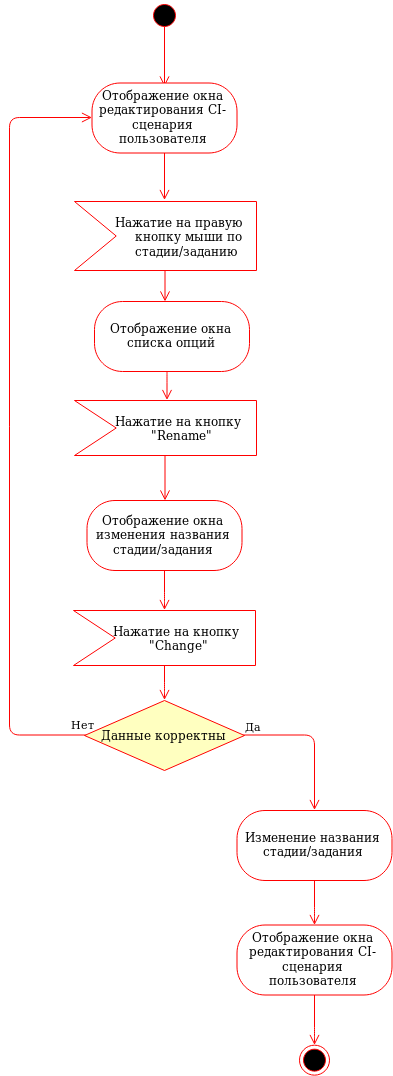
Before: Diagrams/Activity/Change_name.png, a diagram exported from draw.io (Andrew304/Visual-CI-Manager). Source tidied: cells renumbered, new cells last; positions are measured from the earlier drawing's top-left corner, leaving out a move shared by most shapes.
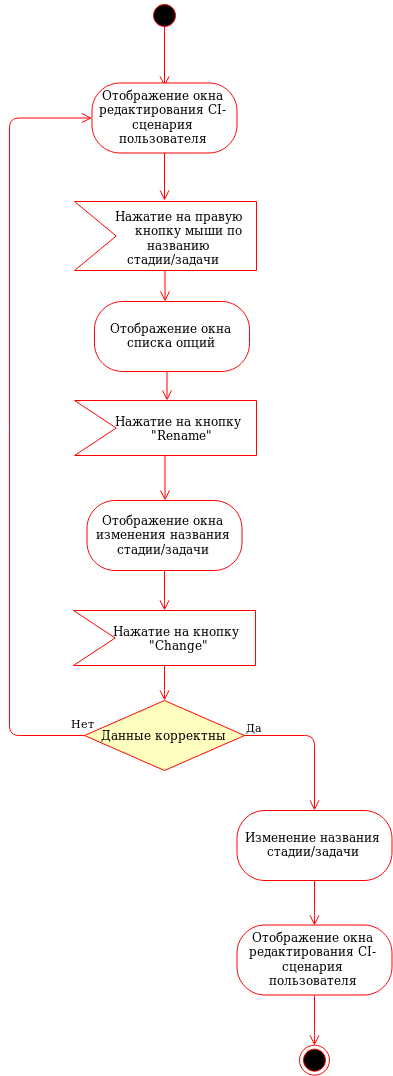
The same file after the commit.

Change to the diagram source:
```diff
@@ -16,8 +16,8 @@
     </mxCell>
     <mxCell id="5" style="edgeStyle=orthogonalEdgeStyle;html=1;verticalAlign=bottom;endArrow=open;endSize=8;strokeColor=#ff0000;" parent="1" edge="1">
       <mxGeometry relative="1" as="geometry">
-        <mxPoint x="157.5" y="369.5" as="sourcePoint" />
-        <mxPoint x="157.5" y="399.5" as="targetPoint" />
+        <mxPoint x="157.5" y="370" as="sourcePoint" />
+        <mxPoint x="157.5" y="400" as="targetPoint" />
         <Array as="points">
           <mxPoint x="158" y="371" />
         </Array>
@@ -32,16 +32,16 @@
     <mxCell id="7" style="html=1;shadow=0;dashed=0;align=center;verticalAlign=middle;shape=mxgraph.arrows2.arrow;dy=0;dx=0;notch=41.71;fillColor=#FFFFFF;strokeColor=#FF0000;" parent="1" vertex="1">
       <mxGeometry x="65" y="201" width="182" height="69" as="geometry" />
     </mxCell>
-    <mxCell id="8" value="&lt;div&gt;Нажатие на правую&lt;/div&gt;&lt;div&gt;&amp;nbsp;&amp;nbsp;&amp;nbsp;&amp;nbsp; кнопку мыши по&lt;br&gt;&lt;/div&gt;&lt;div&gt;&amp;nbsp;&amp;nbsp;&amp;nbsp;&amp;nbsp; стадии/заданию&lt;br&gt;&lt;/div&gt;" style="text;html=1;align=left;verticalAlign=top;spacingTop=-4;" parent="1" vertex="1">
-      <mxGeometry x="103.5" y="211.5" width="140" height="40" as="geometry" />
+    <mxCell id="8" value="&lt;div&gt;Нажатие на правую&lt;/div&gt;&lt;div&gt;&amp;nbsp;&amp;nbsp;&amp;nbsp;&amp;nbsp; кнопку мыши по &lt;br&gt;&lt;/div&gt;&lt;div&gt;&amp;nbsp;&amp;nbsp;&amp;nbsp;&amp;nbsp;&amp;nbsp;&amp;nbsp;&amp;nbsp; названию&lt;br&gt;&lt;/div&gt;&lt;div&gt;&amp;nbsp;&amp;nbsp; стадии/задачи&lt;br&gt;&lt;/div&gt;" style="text;html=1;align=left;verticalAlign=top;spacingTop=-4;" parent="1" vertex="1">
+      <mxGeometry x="103.5" y="205.5" width="140" height="60" as="geometry" />
     </mxCell>
     <mxCell id="9" value="Отображение окна списка опций" style="rounded=1;whiteSpace=wrap;html=1;arcSize=40;fontColor=#000000;fillColor=#FFFFFF;strokeColor=#ff0000;" parent="1" vertex="1">
       <mxGeometry x="85" y="301" width="155" height="70" as="geometry" />
     </mxCell>
     <mxCell id="10" style="edgeStyle=orthogonalEdgeStyle;html=1;verticalAlign=bottom;endArrow=open;endSize=8;strokeColor=#ff0000;" parent="1" edge="1">
       <mxGeometry relative="1" as="geometry">
-        <mxPoint x="155" y="152" as="sourcePoint" />
-        <mxPoint x="155" y="199.5" as="targetPoint" />
+        <mxPoint x="155" y="152.5" as="sourcePoint" />
+        <mxPoint x="155" y="200" as="targetPoint" />
         <Array as="points">
           <mxPoint x="155.5" y="200.5" />
         </Array>
@@ -68,7 +68,7 @@
     <mxCell id="16" value="Да" style="edgeStyle=orthogonalEdgeStyle;html=1;align=left;verticalAlign=bottom;endArrow=open;endSize=8;strokeColor=#ff0000;entryX=0.5;entryY=0;entryDx=0;entryDy=0;" parent="1" edge="1" source="15" target="19">
       <mxGeometry x="-1" relative="1" as="geometry">
         <Array as="points">
-          <mxPoint x="306" y="735" />
+          <mxPoint x="305" y="735" />
         </Array>
       </mxGeometry>
     </mxCell>
@@ -82,19 +82,19 @@
     </mxCell>
     <mxCell id="18" style="edgeStyle=orthogonalEdgeStyle;html=1;verticalAlign=bottom;endArrow=open;endSize=8;strokeColor=#ff0000;exitX=0.5;exitY=1;exitDx=0;exitDy=0;" parent="1" edge="1" source="19">
       <mxGeometry relative="1" as="geometry">
-        <mxPoint x="305" y="924.5" as="targetPoint" />
+        <mxPoint x="305" y="925" as="targetPoint" />
         <Array as="points">
           <mxPoint x="305" y="914.5" />
         </Array>
       </mxGeometry>
     </mxCell>
-    <mxCell id="19" value="Изменение названия стадии/задания " style="rounded=1;whiteSpace=wrap;html=1;arcSize=40;fontColor=#000000;fillColor=#FFFFFF;strokeColor=#ff0000;" parent="1" vertex="1">
+    <mxCell id="19" value="Изменение названия стадии/задачи " style="rounded=1;whiteSpace=wrap;html=1;arcSize=40;fontColor=#000000;fillColor=#FFFFFF;strokeColor=#ff0000;" parent="1" vertex="1">
       <mxGeometry x="227.5" y="810" width="155" height="70" as="geometry" />
     </mxCell>
     <mxCell id="20" style="edgeStyle=orthogonalEdgeStyle;html=1;verticalAlign=bottom;endArrow=open;endSize=8;strokeColor=#ff0000;" parent="1" edge="1">
       <mxGeometry relative="1" as="geometry">
-        <mxPoint x="305" y="994.5" as="sourcePoint" />
-        <mxPoint x="305" y="1044.5" as="targetPoint" />
+        <mxPoint x="305" y="995" as="sourcePoint" />
+        <mxPoint x="305" y="1045" as="targetPoint" />
         <Array as="points">
           <mxPoint x="305" y="1034.5" />
         </Array>
@@ -105,18 +105,18 @@
     </mxCell>
     <mxCell id="22" style="edgeStyle=orthogonalEdgeStyle;html=1;verticalAlign=bottom;endArrow=open;endSize=8;strokeColor=#ff0000;exitX=0.5;exitY=1;exitDx=0;exitDy=0;" parent="1" edge="1" source="23">
       <mxGeometry relative="1" as="geometry">
-        <mxPoint x="155" y="609.5" as="targetPoint" />
+        <mxPoint x="155" y="610" as="targetPoint" />
         <Array as="points">
           <mxPoint x="155" y="600" />
         </Array>
       </mxGeometry>
     </mxCell>
-    <mxCell id="23" value="Отображение окна изменения названия стадии/задания" style="rounded=1;whiteSpace=wrap;html=1;arcSize=40;fontColor=#000000;fillColor=#FFFFFF;strokeColor=#ff0000;" parent="1" vertex="1">
+    <mxCell id="23" value="Отображение окна изменения названия стадии/задачи" style="rounded=1;whiteSpace=wrap;html=1;arcSize=40;fontColor=#000000;fillColor=#FFFFFF;strokeColor=#ff0000;" parent="1" vertex="1">
       <mxGeometry x="77.5" y="500" width="155" height="70" as="geometry" />
     </mxCell>
     <mxCell id="24" style="edgeStyle=orthogonalEdgeStyle;html=1;verticalAlign=bottom;endArrow=open;endSize=8;strokeColor=#ff0000;exitX=0;exitY=0;exitDx=91;exitDy=55;exitPerimeter=0;" parent="1" edge="1" source="25">
       <mxGeometry relative="1" as="geometry">
-        <mxPoint x="155" y="699.5" as="targetPoint" />
+        <mxPoint x="155" y="700" as="targetPoint" />
         <Array as="points">
           <mxPoint x="155" y="690" />
         </Array>
```
